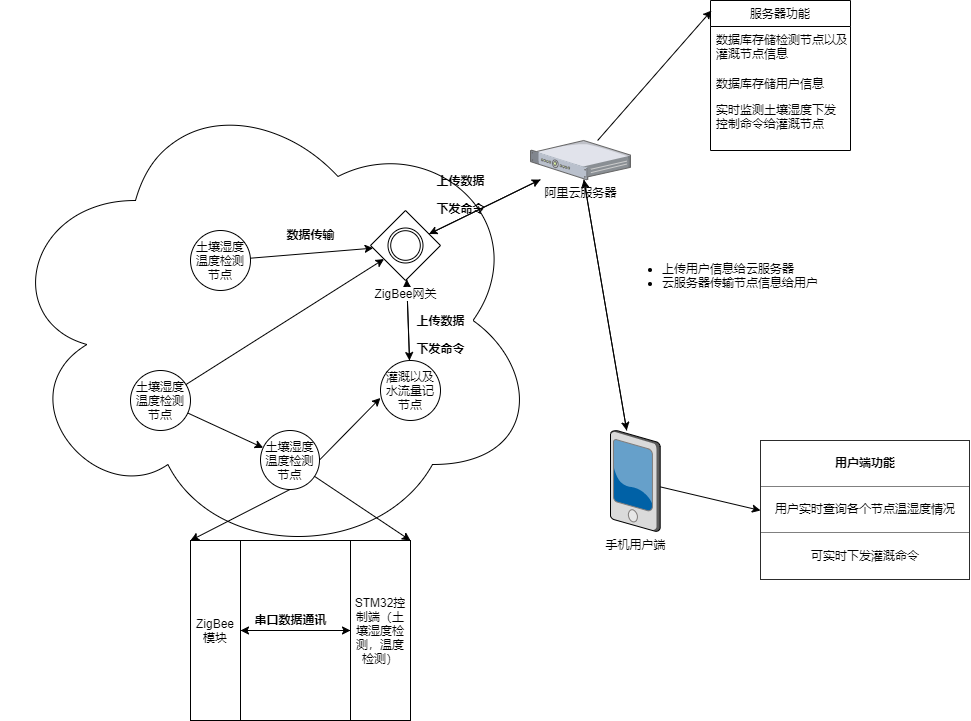
Earlier version of the draw.io export 精准灌溉方框图.png (jiejiehuang113/Precise-irrigation). Source tidied: cells renumbered, new cells last; positions are measured from the earlier drawing's top-left corner, leaving out a move shared by most shapes.
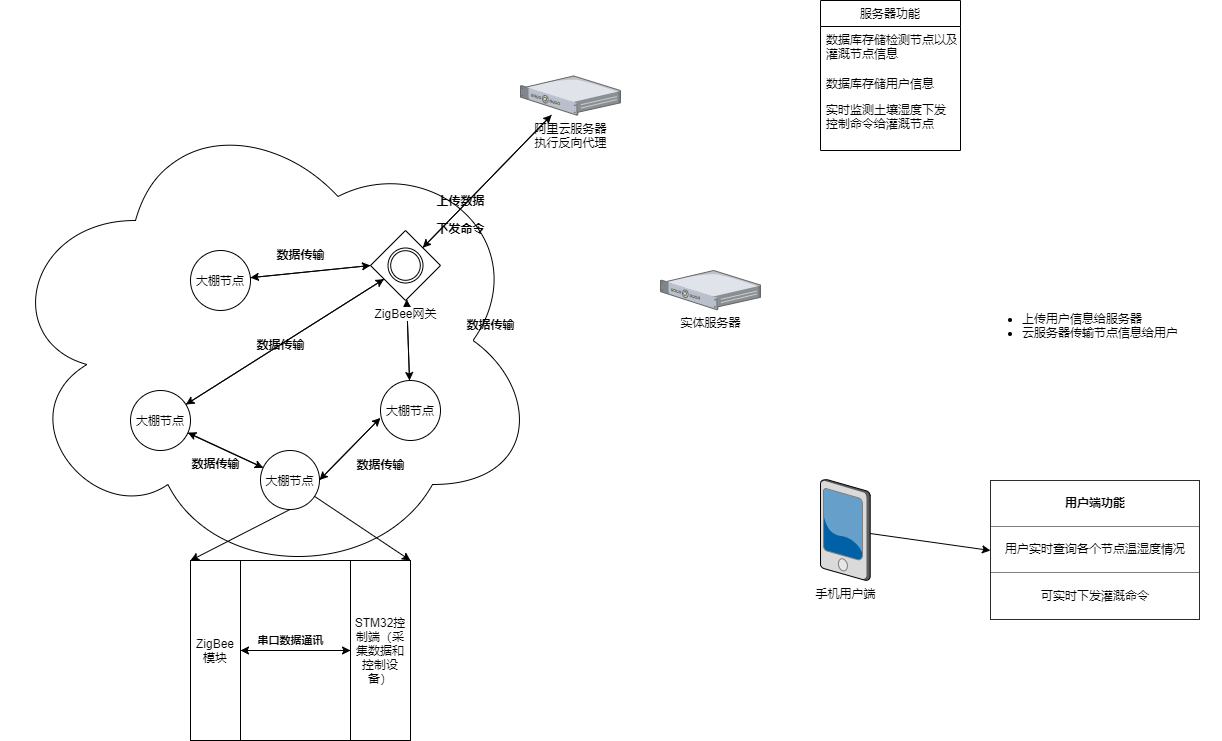
After the change.

Commit message:
服务器运行原理图

Diff of the diagram source:
```diff
@@ -14,7 +14,7 @@
     <mxCell id="5" style="edgeStyle=none;rounded=0;jettySize=auto;html=1;" parent="1" edge="1" source="6" target="15">
       <mxGeometry relative="1" as="geometry" />
     </mxCell>
-    <mxCell id="6" value="土壤湿度温度检测节点" style="ellipse;whiteSpace=wrap;html=1;shadow=0;sketch=0;fillColor=none;gradientColor=#ffffff;" parent="1" vertex="1">
+    <mxCell id="6" value="大棚节点" style="ellipse;whiteSpace=wrap;html=1;shadow=0;sketch=0;fillColor=none;gradientColor=#ffffff;" parent="1" vertex="1">
       <mxGeometry x="130" y="370" width="60" height="60" as="geometry" />
     </mxCell>
     <mxCell id="7" style="edgeStyle=none;rounded=0;jettySize=auto;html=1;exitX=1;exitY=0.5;exitDx=0;exitDy=0;entryX=-0.002;entryY=0.624;entryDx=0;entryDy=0;entryPerimeter=0;" parent="1" edge="1" source="10" target="12">
@@ -26,13 +26,13 @@
     <mxCell id="9" style="edgeStyle=none;rounded=0;jettySize=auto;html=1;entryX=1;entryY=0;entryDx=0;entryDy=0;" parent="1" edge="1" source="10" target="2">
       <mxGeometry relative="1" as="geometry" />
     </mxCell>
-    <mxCell id="10" value="土壤湿度温度检测节点" style="ellipse;whiteSpace=wrap;html=1;shadow=0;sketch=0;fillColor=none;gradientColor=#ffffff;" parent="1" vertex="1">
+    <mxCell id="10" value="大棚节点" style="ellipse;whiteSpace=wrap;html=1;shadow=0;sketch=0;fillColor=none;gradientColor=#ffffff;" parent="1" vertex="1">
       <mxGeometry x="260" y="430" width="59" height="59" as="geometry" />
     </mxCell>
     <mxCell id="11" style="edgeStyle=none;rounded=0;jettySize=auto;html=1;" parent="1" edge="1" source="12" target="15">
       <mxGeometry relative="1" as="geometry" />
     </mxCell>
-    <mxCell id="12" value="灌溉以及水流量记节点" style="ellipse;whiteSpace=wrap;html=1;shadow=0;sketch=0;fillColor=none;gradientColor=#ffffff;" parent="1" vertex="1">
+    <mxCell id="12" value="大棚节点" style="ellipse;whiteSpace=wrap;html=1;shadow=0;sketch=0;fillColor=none;gradientColor=#ffffff;" parent="1" vertex="1">
       <mxGeometry x="380" y="360" width="60" height="60" as="geometry" />
     </mxCell>
     <mxCell id="13" style="edgeStyle=none;rounded=0;jettySize=auto;html=1;" parent="1" edge="1" source="15" target="12">
@@ -44,47 +44,29 @@
     <mxCell id="15" value="ZigBee网关" style="shape=mxgraph.bpmn.shape;html=1;verticalLabelPosition=bottom;labelBackgroundColor=#ffffff;verticalAlign=top;align=center;perimeter=rhombusPerimeter;background=gateway;outlineConnect=0;outline=throwing;symbol=general;shadow=0;sketch=0;fillColor=none;gradientColor=#ffffff;" parent="1" vertex="1">
       <mxGeometry x="370" y="210" width="70" height="70" as="geometry" />
     </mxCell>
-    <mxCell id="16" style="edgeStyle=none;rounded=0;jettySize=auto;html=1;" parent="1" edge="1" source="17" target="15">
-      <mxGeometry relative="1" as="geometry" />
-    </mxCell>
-    <mxCell id="17" value="土壤湿度温度检测节点" style="ellipse;whiteSpace=wrap;html=1;shadow=0;sketch=0;fillColor=none;gradientColor=#ffffff;" parent="1" vertex="1">
+    <mxCell id="17" value="大棚节点" style="ellipse;whiteSpace=wrap;html=1;shadow=0;sketch=0;fillColor=none;gradientColor=#ffffff;" parent="1" vertex="1">
       <mxGeometry x="190" y="230" width="60" height="60" as="geometry" />
     </mxCell>
     <mxCell id="18" style="edgeStyle=none;rounded=0;jettySize=auto;html=1;" parent="1" edge="1" source="21" target="15">
       <mxGeometry relative="1" as="geometry" />
     </mxCell>
-    <mxCell id="19" style="edgeStyle=none;rounded=0;jettySize=auto;html=1;" parent="1" edge="1" source="21" target="26">
-      <mxGeometry relative="1" as="geometry" />
-    </mxCell>
-    <mxCell id="20" style="edgeStyle=none;rounded=0;jettySize=auto;html=1;entryX=0.007;entryY=0.067;entryDx=0;entryDy=0;entryPerimeter=0;" parent="1" edge="1" source="21" target="29">
-      <mxGeometry relative="1" as="geometry" />
-    </mxCell>
-    <mxCell id="21" value="阿里云服务器" style="verticalLabelPosition=bottom;html=1;verticalAlign=top;strokeColor=none;align=center;outlineConnect=0;shape=mxgraph.citrix.1u_2u_server;shadow=0;sketch=0;fillColor=none;gradientColor=#ffffff;" parent="1" vertex="1">
-      <mxGeometry x="530" y="140" width="100" height="39.1" as="geometry" />
+    <mxCell id="21" value="阿里云服务器&lt;br&gt;执行反向代理" style="verticalLabelPosition=bottom;html=1;verticalAlign=top;strokeColor=none;align=center;outlineConnect=0;shape=mxgraph.citrix.1u_2u_server;shadow=0;sketch=0;fillColor=none;gradientColor=#ffffff;" parent="1" vertex="1">
+      <mxGeometry x="520" y="55.5" width="100" height="39.1" as="geometry" />
     </mxCell>
-    <mxCell id="22" value="&lt;font style=&quot;font-size: 12px&quot;&gt;数据传输&lt;/font&gt;" style="text;strokeColor=none;fillColor=none;html=1;fontSize=24;fontStyle=1;verticalAlign=middle;align=center;shadow=0;sketch=0;" parent="1" vertex="1">
-      <mxGeometry x="260" y="210" width="100" height="40" as="geometry" />
-    </mxCell>
-    <mxCell id="23" value="&lt;span style=&quot;font-size: 12px&quot;&gt;上传数据&lt;br&gt;下发命令&lt;br&gt;&lt;/span&gt;" style="text;strokeColor=none;fillColor=none;html=1;fontSize=24;fontStyle=1;verticalAlign=middle;align=center;shadow=0;sketch=0;" parent="1" vertex="1">
-      <mxGeometry x="390" y="310" width="100" height="40" as="geometry" />
-    </mxCell>
-    <mxCell id="24" style="edgeStyle=none;rounded=0;jettySize=auto;html=1;" parent="1" edge="1" source="26" target="21">
-      <mxGeometry relative="1" as="geometry" />
-    </mxCell>
     <mxCell id="25" style="edgeStyle=none;rounded=0;jettySize=auto;html=1;entryX=0;entryY=0.5;entryDx=0;entryDy=0;" parent="1" edge="1" source="26" target="33">
       <mxGeometry relative="1" as="geometry" />
     </mxCell>
     <mxCell id="26" value="手机用户端" style="verticalLabelPosition=bottom;html=1;verticalAlign=top;strokeColor=none;align=center;outlineConnect=0;shape=mxgraph.citrix.pda;shadow=0;sketch=0;fillColor=none;gradientColor=#ffffff;rotation=0;" parent="1" vertex="1">
-      <mxGeometry x="610" y="430" width="49.7" height="101" as="geometry" />
+      <mxGeometry x="820" y="459" width="49.7" height="101" as="geometry" />
     </mxCell>
     <mxCell id="27" value="&lt;font style=&quot;font-size: 12px&quot;&gt;上传数据&lt;br&gt;下发命令&lt;br&gt;&lt;/font&gt;" style="text;strokeColor=none;fillColor=none;html=1;fontSize=24;fontStyle=1;verticalAlign=middle;align=center;shadow=0;sketch=0;" parent="1" vertex="1">
       <mxGeometry x="410" y="170" width="100" height="40" as="geometry" />
     </mxCell>
-    <mxCell id="28" value="&lt;ul&gt;&lt;li&gt;上传用户信息给云服务器&lt;/li&gt;&lt;li&gt;云服务器传输节点信息给用户&lt;/li&gt;&lt;/ul&gt;" style="text;strokeColor=none;fillColor=none;html=1;whiteSpace=wrap;verticalAlign=middle;overflow=hidden;shadow=0;sketch=0;" parent="1" vertex="1">
-      <mxGeometry x="620" y="210" width="240" height="130" as="geometry" />
+    <mxCell id="28" value="&lt;ul&gt;&lt;li&gt;上传用户信息给服务器&lt;/li&gt;&lt;li&gt;云服务器传输节点信息给用户&lt;/li&gt;&lt;/ul&gt;" style="text;strokeColor=none;fillColor=none;html=1;whiteSpace=wrap;verticalAlign=middle;overflow=hidden;shadow=0;sketch=0;" parent="1" vertex="1">
+      <mxGeometry x="980" y="240" width="240" height="130" as="geometry" />
     </mxCell>
     <mxCell id="29" value="服务器功能" style="swimlane;fontStyle=0;horizontal=1;startSize=26;fillColor=none;shadow=0;sketch=0;" parent="1" vertex="1">
-      <mxGeometry x="710" width="140" height="150" as="geometry" />
+      <mxGeometry x="820" y="-20" width="140" height="150" as="geometry" />
     </mxCell>
     <mxCell id="30" value="数据库存储检测节点以及&#10;灌溉节点信息" style="text;strokeColor=none;fillColor=none;align=left;verticalAlign=top;spacingLeft=4;spacingRight=4;overflow=hidden;" parent="29" vertex="1">
       <mxGeometry y="26" width="140" height="44" as="geometry" />
@@ -96,7 +78,7 @@
       <mxGeometry y="96" width="140" height="54" as="geometry" />
     </mxCell>
     <mxCell id="33" value="&lt;table border=&quot;1&quot; width=&quot;100%&quot; cellpadding=&quot;4&quot; style=&quot;width: 100% ; height: 100% ; border-collapse: collapse&quot;&gt;&lt;tbody&gt;&lt;tr&gt;&lt;th align=&quot;center&quot;&gt;用户端功能&lt;br&gt;&lt;/th&gt;&lt;/tr&gt;&lt;tr&gt;&lt;td align=&quot;center&quot;&gt;用户实时查询各个节点温湿度情况&lt;/td&gt;&lt;/tr&gt;&lt;tr&gt;&lt;td align=&quot;center&quot;&gt;可实时下发灌溉命令&lt;/td&gt;&lt;/tr&gt;&lt;/tbody&gt;&lt;/table&gt;" style="text;html=1;strokeColor=none;fillColor=none;overflow=fill;shadow=0;sketch=0;" parent="1" vertex="1">
-      <mxGeometry x="760" y="440" width="210" height="140" as="geometry" />
+      <mxGeometry x="990" y="460" width="210" height="140" as="geometry" />
     </mxCell>
     <mxCell id="34" style="edgeStyle=none;rounded=0;jettySize=auto;html=1;" parent="1" edge="1" source="35" target="37">
       <mxGeometry relative="1" as="geometry" />
@@ -107,11 +89,44 @@
     <mxCell id="36" style="edgeStyle=none;rounded=0;jettySize=auto;html=1;entryX=1;entryY=0.5;entryDx=0;entryDy=0;" parent="1" edge="1" source="37" target="35">
       <mxGeometry relative="1" as="geometry" />
     </mxCell>
-    <mxCell id="37" value="STM32控制端（土壤湿度检测，温度检测）" style="rounded=0;whiteSpace=wrap;html=1;fillColor=none;" parent="1" vertex="1">
+    <mxCell id="37" value="STM32控制端（采集数据和控制设备）" style="rounded=0;whiteSpace=wrap;html=1;fillColor=none;" parent="1" vertex="1">
       <mxGeometry x="350" y="540" width="60" height="180" as="geometry" />
     </mxCell>
     <mxCell id="38" value="&lt;span style=&quot;font-size: 11px&quot;&gt;串口数据通讯&lt;/span&gt;" style="text;strokeColor=none;fillColor=none;html=1;fontSize=24;fontStyle=1;verticalAlign=middle;align=center;" parent="1" vertex="1">
       <mxGeometry x="265" y="600" width="50" height="30" as="geometry" />
     </mxCell>
+    <mxCell id="39" value="实体服务器" style="verticalLabelPosition=bottom;html=1;verticalAlign=top;strokeColor=none;align=center;shape=mxgraph.citrix.1u_2u_server;shadow=0;sketch=0;fillColor=none;gradientColor=#ffffff;" parent="1" vertex="1">
+      <mxGeometry x="660" y="250" width="100" height="39.1" as="geometry" />
+    </mxCell>
+    <mxCell id="40" value="&lt;span style=&quot;font-size: 12px&quot;&gt;数据传输&lt;br&gt;&lt;/span&gt;" style="text;strokeColor=none;fillColor=none;html=1;fontSize=24;fontStyle=1;verticalAlign=middle;align=center;shadow=0;sketch=0;" parent="1" vertex="1">
+      <mxGeometry x="230" y="300" width="100" height="40" as="geometry" />
+    </mxCell>
+    <mxCell id="16" style="edgeStyle=none;rounded=0;jettySize=auto;html=1;entryX=0;entryY=0.5;entryDx=0;entryDy=0;" parent="1" edge="1" source="17" target="15">
+      <mxGeometry relative="1" as="geometry" />
+    </mxCell>
+    <mxCell id="41" value="&lt;span style=&quot;font-size: 12px&quot;&gt;数据传输&lt;br&gt;&lt;/span&gt;" style="text;strokeColor=none;fillColor=none;html=1;fontSize=24;fontStyle=1;verticalAlign=middle;align=center;shadow=0;sketch=0;" parent="1" vertex="1">
+      <mxGeometry x="440" y="280" width="100" height="40" as="geometry" />
+    </mxCell>
+    <mxCell id="42" value="&lt;span style=&quot;font-size: 12px&quot;&gt;数据传输&lt;br&gt;&lt;/span&gt;" style="text;strokeColor=none;fillColor=none;html=1;fontSize=24;fontStyle=1;verticalAlign=middle;align=center;shadow=0;sketch=0;" parent="1" vertex="1">
+      <mxGeometry x="250" y="210" width="100" height="40" as="geometry" />
+    </mxCell>
+    <mxCell id="43" value="&lt;span style=&quot;font-size: 12px&quot;&gt;数据传输&lt;br&gt;&lt;/span&gt;" style="text;strokeColor=none;fillColor=none;html=1;fontSize=24;fontStyle=1;verticalAlign=middle;align=center;shadow=0;sketch=0;" parent="1" vertex="1">
+      <mxGeometry x="165" y="419" width="100" height="40" as="geometry" />
+    </mxCell>
+    <mxCell id="44" value="&lt;span style=&quot;font-size: 12px&quot;&gt;数据传输&lt;br&gt;&lt;/span&gt;" style="text;strokeColor=none;fillColor=none;html=1;fontSize=24;fontStyle=1;verticalAlign=middle;align=center;shadow=0;sketch=0;" parent="1" vertex="1">
+      <mxGeometry x="330" y="420" width="100" height="40" as="geometry" />
+    </mxCell>
+    <mxCell id="45" style="edgeStyle=none;rounded=0;jettySize=auto;html=1;exitX=0;exitY=0.5;exitDx=0;exitDy=0;" parent="1" edge="1" source="15" target="17">
+      <mxGeometry relative="1" as="geometry" />
+    </mxCell>
+    <mxCell id="46" style="edgeStyle=none;rounded=0;jettySize=auto;html=1;" parent="1" edge="1" source="15" target="6">
+      <mxGeometry relative="1" as="geometry" />
+    </mxCell>
+    <mxCell id="47" style="edgeStyle=none;rounded=0;jettySize=auto;html=1;entryX=0.955;entryY=0.701;entryDx=0;entryDy=0;entryPerimeter=0;" parent="1" edge="1" source="10" target="6">
+      <mxGeometry relative="1" as="geometry" />
+    </mxCell>
+    <mxCell id="48" style="edgeStyle=none;rounded=0;jettySize=auto;html=1;exitX=-0.017;exitY=0.636;exitDx=0;exitDy=0;entryX=1;entryY=0.5;entryDx=0;entryDy=0;exitPerimeter=0;" parent="1" edge="1" source="12" target="10">
+      <mxGeometry relative="1" as="geometry" />
+    </mxCell>
   </root>
 </mxGraphModel>
```
